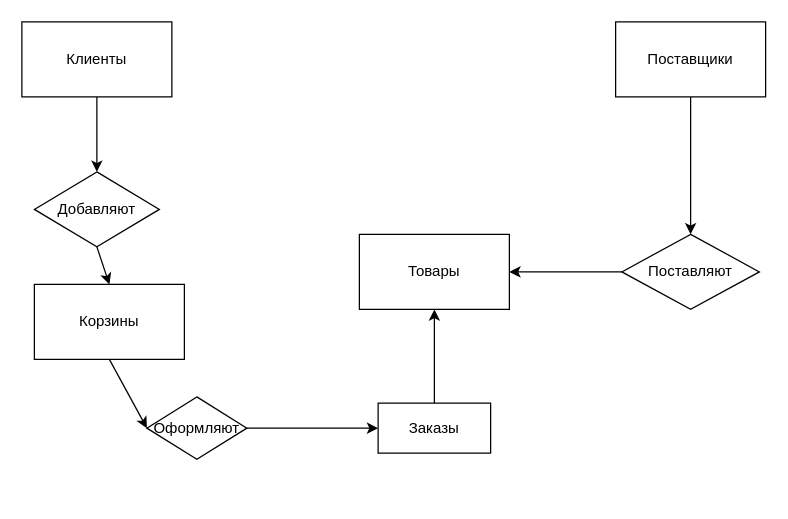
The draw.io diagram Концептуальная модель.drawio in Weintag/Database, before the edit. Source tidied: cells renumbered, new cells numbered last; positions are measured from the earlier drawing's top-left corner, leaving out a move shared by most shapes. Both pictures are drawn from the tidied source at 125%, with x=0, y=0 at pixel (21, 21).
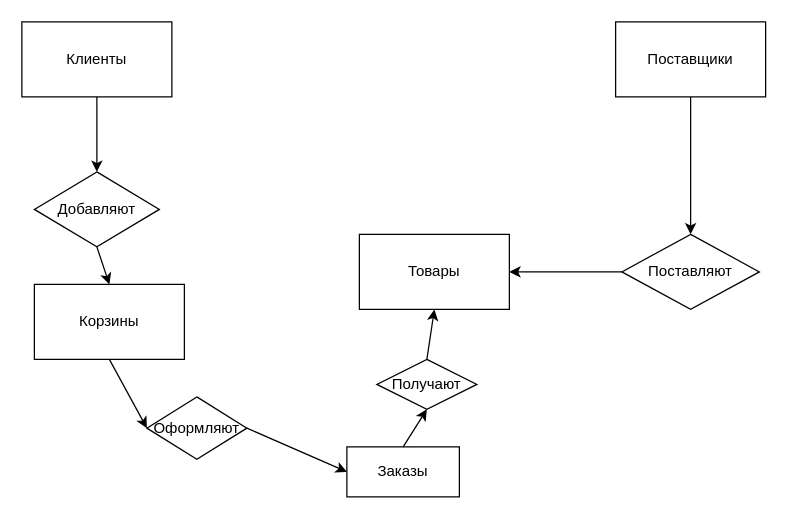
The same page after the edit.

Diff of the diagram source:
```diff
@@
 <mxGraphModel>
   <root>
     <mxCell id="0" />
     <mxCell id="1" parent="0" />
     <mxCell id="2" value="Клиенты" style="rounded=0;whiteSpace=wrap;html=1;" parent="1" vertex="1">
       <mxGeometry width="120" height="60" as="geometry" />
     </mxCell>
     <mxCell id="3" value="Поставщики" style="rounded=0;whiteSpace=wrap;html=1;" parent="1" vertex="1">
       <mxGeometry x="475" width="120" height="60" as="geometry" />
     </mxCell>
     <mxCell id="4" value="Поставляют" style="rhombus;whiteSpace=wrap;html=1;" parent="1" vertex="1">
       <mxGeometry x="480" y="170" width="110" height="60" as="geometry" />
     </mxCell>
     <mxCell id="5" style="endArrow=classic;html=1;rounded=0;exitX=0.5;exitY=1;exitDx=0;exitDy=0;entryX=0.5;entryY=0;entryDx=0;entryDy=0;" parent="1" edge="1" source="3" target="4">
       <mxGeometry relative="1" as="geometry" />
     </mxCell>
     <mxCell id="6" value="Товары" style="rounded=0;whiteSpace=wrap;html=1;" parent="1" vertex="1">
       <mxGeometry x="270" y="170" width="120" height="60" as="geometry" />
     </mxCell>
     <mxCell id="7" style="endArrow=classic;html=1;rounded=0;exitX=0;exitY=0.5;exitDx=0;exitDy=0;entryX=1;entryY=0.5;entryDx=0;entryDy=0;" parent="1" edge="1" source="4" target="6">
       <mxGeometry relative="1" as="geometry" />
     </mxCell>
     <mxCell id="8" value="Добавляют" style="rhombus;whiteSpace=wrap;html=1;" parent="1" vertex="1">
       <mxGeometry x="10" y="120" width="100" height="60" as="geometry" />
     </mxCell>
     <mxCell id="9" value="Корзины" style="rounded=0;whiteSpace=wrap;html=1;" parent="1" vertex="1">
       <mxGeometry x="10" y="210" width="120" height="60" as="geometry" />
     </mxCell>
     <mxCell id="10" value="Оформляют" style="rhombus;whiteSpace=wrap;html=1;" parent="1" vertex="1">
       <mxGeometry x="100" y="300" width="80" height="50" as="geometry" />
     </mxCell>
     <mxCell id="11" style="endArrow=classic;html=1;rounded=0;exitX=0.5;exitY=1;exitDx=0;exitDy=0;entryX=0.5;entryY=0;entryDx=0;entryDy=0;" parent="1" edge="1" source="2" target="8">
       <mxGeometry relative="1" as="geometry" />
     </mxCell>
     <mxCell id="12" style="endArrow=classic;html=1;rounded=0;exitX=0.5;exitY=1;exitDx=0;exitDy=0;entryX=0.5;entryY=0;entryDx=0;entryDy=0;" parent="1" edge="1" source="8" target="9">
       <mxGeometry relative="1" as="geometry" />
     </mxCell>
     <mxCell id="13" style="endArrow=classic;html=1;rounded=0;exitX=0.5;exitY=1;exitDx=0;exitDy=0;entryX=0;entryY=0.5;entryDx=0;entryDy=0;" parent="1" edge="1" source="9" target="10">
       <mxGeometry relative="1" as="geometry" />
     </mxCell>
     <mxCell id="14" value="Заказы" style="rounded=0;whiteSpace=wrap;html=1;" parent="1" vertex="1">
-      <mxGeometry x="285" y="305" width="90" height="40" as="geometry" />
+      <mxGeometry x="260" y="340" width="90" height="40" as="geometry" />
     </mxCell>
     <mxCell id="15" style="endArrow=classic;html=1;rounded=0;exitX=1;exitY=0.5;exitDx=0;exitDy=0;entryX=0;entryY=0.5;entryDx=0;entryDy=0;" parent="1" edge="1" source="10" target="14">
       <mxGeometry relative="1" as="geometry" />
     </mxCell>
-    <mxCell id="16" style="endArrow=classic;html=1;rounded=0;exitX=0.5;exitY=0;exitDx=0;exitDy=0;entryX=0.5;entryY=1;entryDx=0;entryDy=0;" parent="1" edge="1" source="14" target="6">
+    <mxCell id="16" style="endArrow=classic;html=1;rounded=0;exitX=0.5;exitY=0;exitDx=0;exitDy=0;entryX=0.5;entryY=1;entryDx=0;entryDy=0;" parent="1" edge="1" source="14" target="17">
       <mxGeometry relative="1" as="geometry" />
     </mxCell>
+    <mxCell id="17" value="Получают" style="rhombus;whiteSpace=wrap;html=1;" parent="1" vertex="1">
+      <mxGeometry x="284" y="270" width="80" height="40" as="geometry" />
+    </mxCell>
+    <mxCell id="18" style="endArrow=classic;html=1;rounded=0;exitX=0.5;exitY=0;exitDx=0;exitDy=0;entryX=0.5;entryY=1;entryDx=0;entryDy=0;" parent="1" edge="1" source="17" target="6">
+      <mxGeometry relative="1" as="geometry" />
+    </mxCell>
   </root>
 </mxGraphModel>
```
